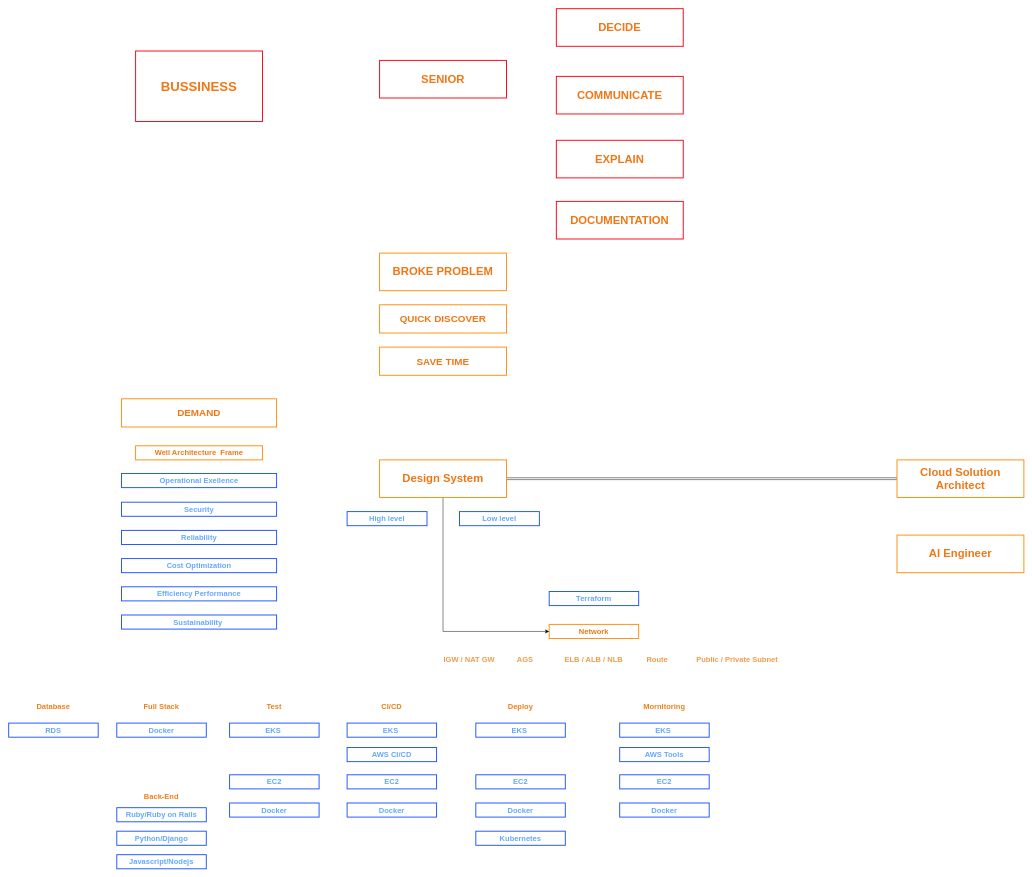
Before: MindSet.drawio in HoangGuruu/drawCloud, a draw.io diagram. Source tidied: cells renumbered, new cells numbered last; positions are measured from the earlier drawing's top-left corner, leaving out a move shared by most shapes. Both pictures are drawn from the tidied source at 47%, with x=0, y=0 at pixel (8, 8).
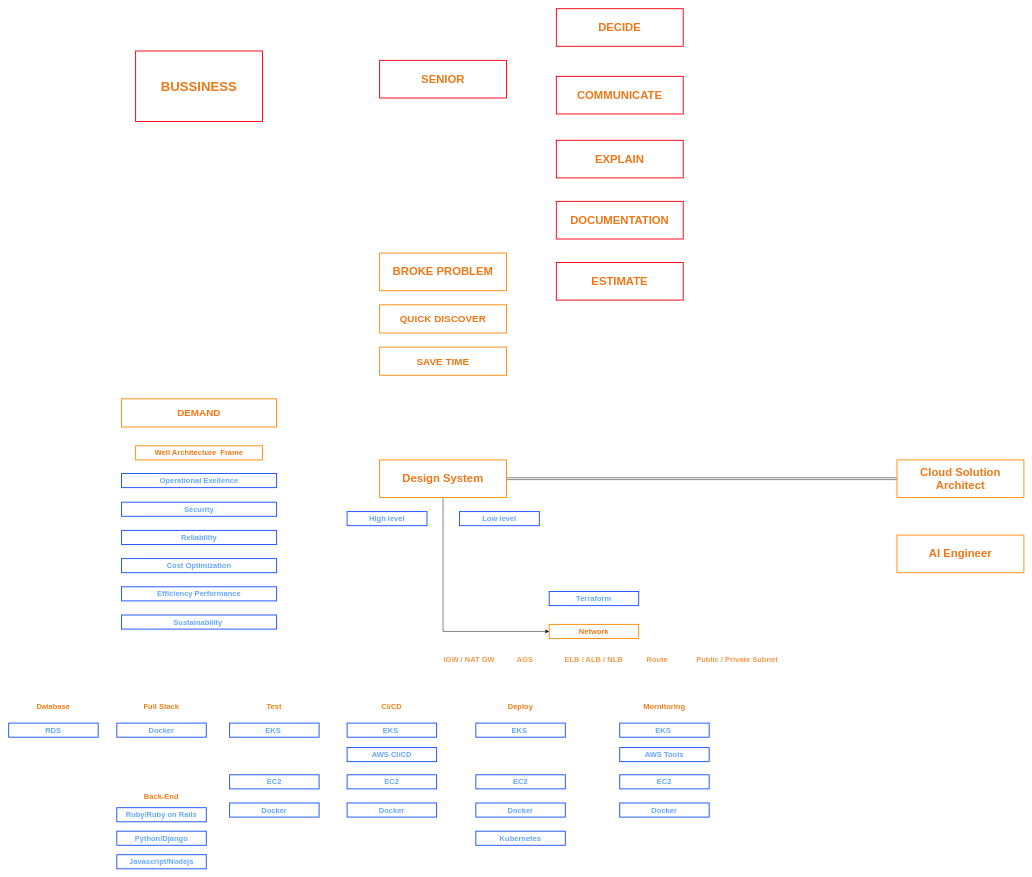
The same page after the edit.

Commit message:
Cập nhật MindSet.drawio

Change to the diagram source:
```diff
@@
+    <mxCell id="60" value="&lt;span style=&quot;font-size: 24px;&quot;&gt;ESTIMATE&lt;/span&gt;" style="text;html=1;strokeColor=#FF0011;fillColor=none;align=center;verticalAlign=middle;whiteSpace=wrap;rounded=0;fontSize=16;fontStyle=1;fontColor=#ef7715;strokeWidth=2;" parent="1" vertex="1">
+      <mxGeometry x="1165.2" y="540" width="270" height="80" as="geometry" />
+    </mxCell>
```
